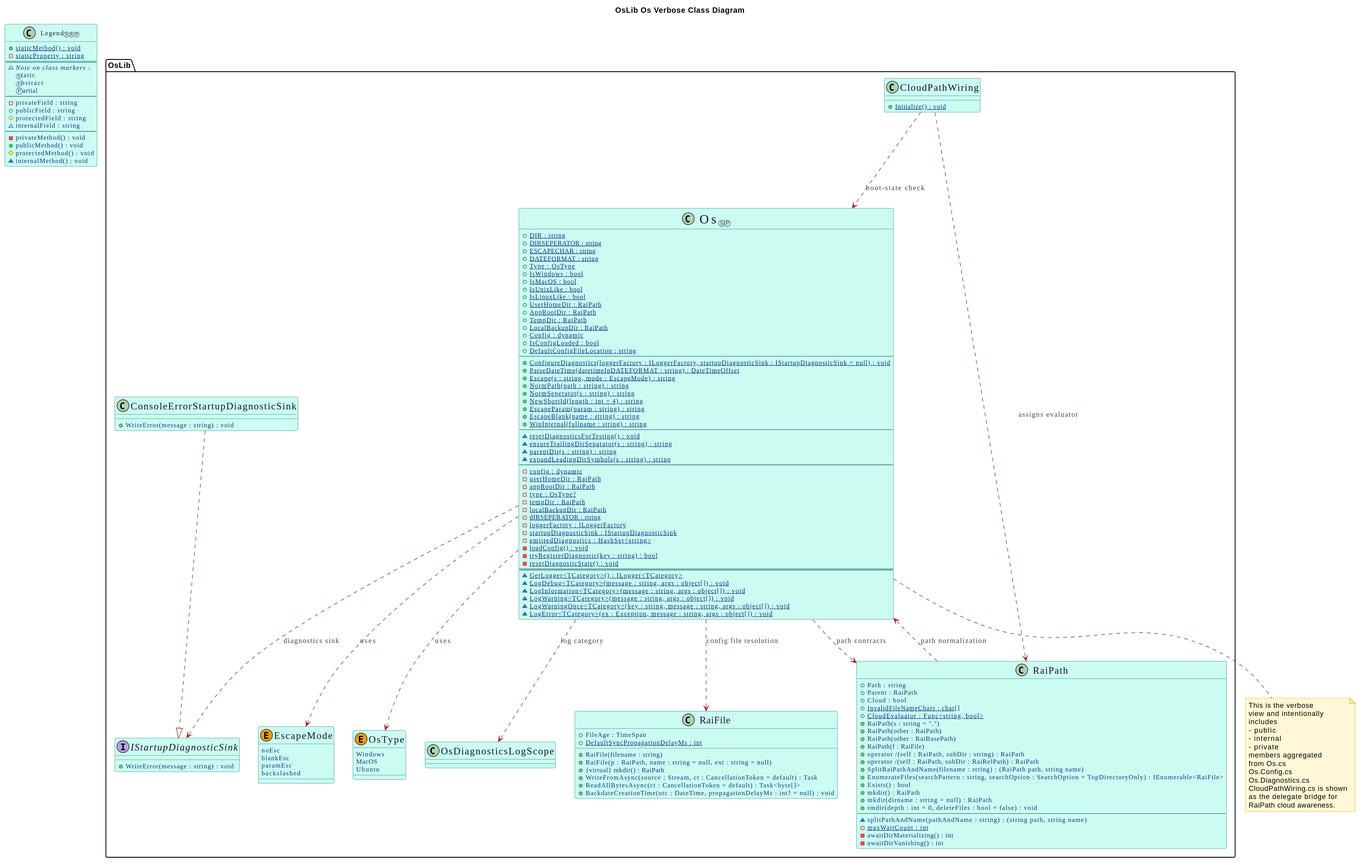
Burkhardt/OsLib keeps this PlantUML diagram as OsLib-Os-Verbose-ClassDiagram.svg. Above is the earlier version.
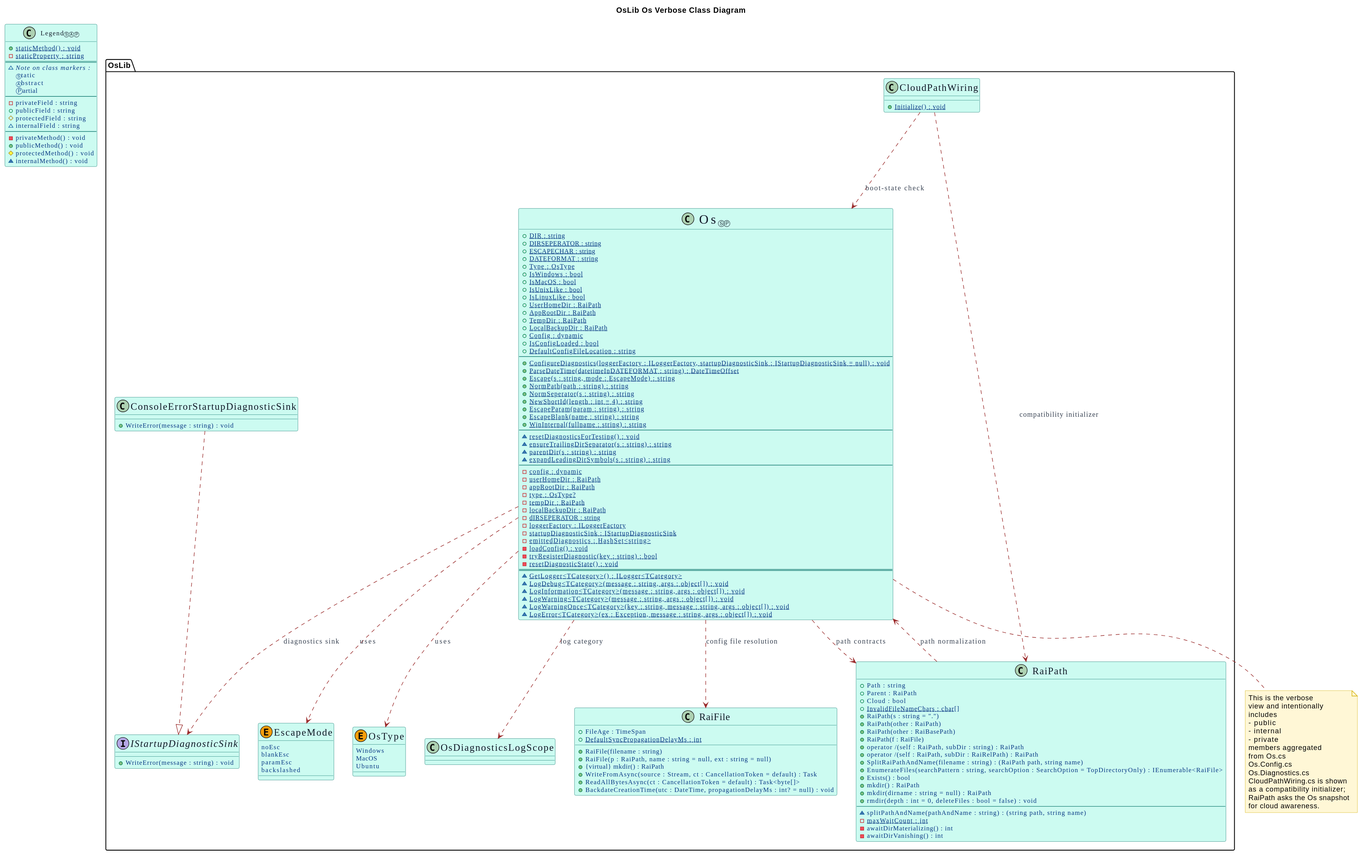
The same file after the commit.

Change to the diagram source:
```diff
@@ -65,7 +65,6 @@
 		+Parent : RaiPath
 		+Cloud : bool
 		+{static} InvalidFileNameChars : char[]
-		+{static} CloudEvaluator : Func<string, bool>
 		+RaiPath(s : string = ".")
 		+RaiPath(other : RaiPath)
 		+RaiPath(other : RaiBasePath)
@@ -160,7 +159,7 @@
 Os ..> IStartupDiagnosticSink : diagnostics sink
 Os ..> OsDiagnosticsLogScope : log category
 CloudPathWiring ..> Os : boot-state check
-CloudPathWiring ..> RaiPath : assigns evaluator
+CloudPathWiring ..> RaiPath : compatibility initializer
 RaiPath ..> Os : path normalization
 
 class "Legend<size:10>ⓈⒶⓅ</size>" as LegendSample {
@@ -195,7 +194,8 @@
 	Os.Config.cs
 	Os.Diagnostics.cs
 	CloudPathWiring.cs is shown
-	as the delegate bridge for
-	RaiPath cloud awareness.
+	as a compatibility initializer;
+	RaiPath asks the Os snapshot
+	for cloud awareness.
 end note
 @enduml
```
